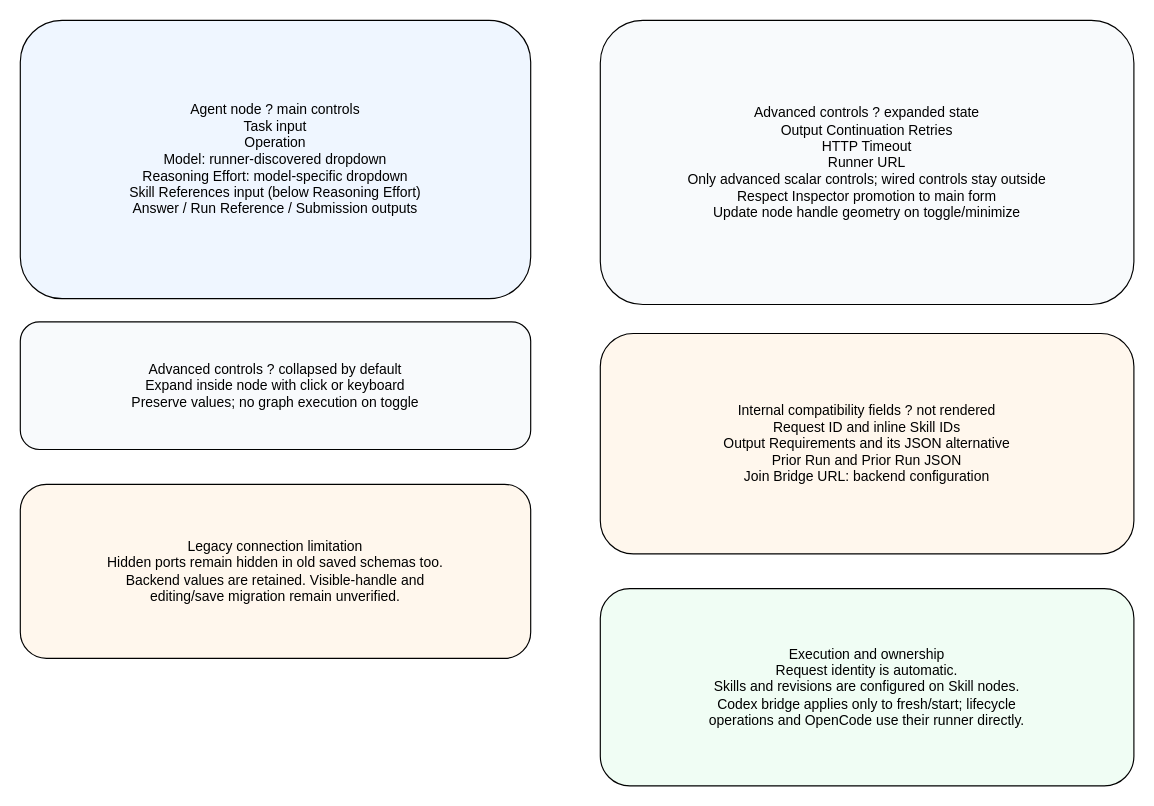
This is projects/laomedo/subsystems/agent-execution/design/agent-node-controls.drawio from amadou-6e/specs, a draw.io file, before an edit. Source tidied: cells renumbered, new cells numbered last; positions are measured from the earlier drawing's top-left corner, leaving out a move shared by most shapes. Both pictures are drawn from the tidied source at 116%, with x=0, y=0 at pixel (20, 20).
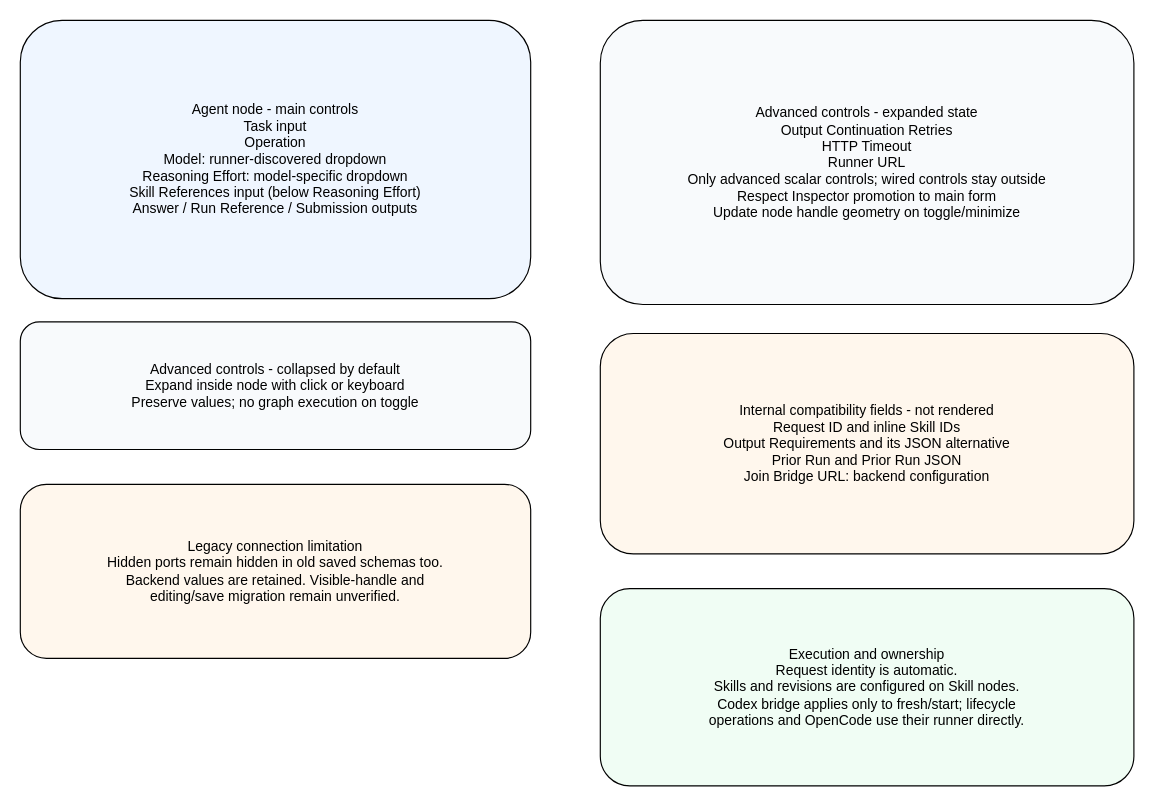
Above is the later version.

Commit message:
Normalize Agent layout diagram label punctuation

The edit, as a diff of the source:
```diff
@@
 <mxGraphModel>
   <root>
     <mxCell id="0" />
     <mxCell id="1" parent="0" />
-    <mxCell id="2" value="Agent node ? main controls&#10;Task input&#10;Operation&#10;Model: runner-discovered dropdown&#10;Reasoning Effort: model-specific dropdown&#10;Skill References input (below Reasoning Effort)&#10;Answer / Run Reference / Submission outputs" style="rounded=1;whiteSpace=wrap;html=0;fillColor=#eff6ff;" parent="1" vertex="1">
+    <mxCell id="2" value="Agent node - main controls&#10;Task input&#10;Operation&#10;Model: runner-discovered dropdown&#10;Reasoning Effort: model-specific dropdown&#10;Skill References input (below Reasoning Effort)&#10;Answer / Run Reference / Submission outputs" style="rounded=1;whiteSpace=wrap;html=0;fillColor=#eff6ff;" parent="1" vertex="1">
       <mxGeometry width="440" height="240" as="geometry" />
     </mxCell>
-    <mxCell id="3" value="Advanced controls ? collapsed by default&#10;Expand inside node with click or keyboard&#10;Preserve values; no graph execution on toggle" style="rounded=1;whiteSpace=wrap;html=0;fillColor=#f8fafc;" parent="1" vertex="1">
+    <mxCell id="3" value="Advanced controls - collapsed by default&#10;Expand inside node with click or keyboard&#10;Preserve values; no graph execution on toggle" style="rounded=1;whiteSpace=wrap;html=0;fillColor=#f8fafc;" parent="1" vertex="1">
       <mxGeometry y="260" width="440" height="110" as="geometry" />
     </mxCell>
-    <mxCell id="4" value="Advanced controls ? expanded state&#10;Output Continuation Retries&#10;HTTP Timeout&#10;Runner URL&#10;Only advanced scalar controls; wired controls stay outside&#10;Respect Inspector promotion to main form&#10;Update node handle geometry on toggle/minimize" style="rounded=1;whiteSpace=wrap;html=0;fillColor=#f8fafc;" parent="1" vertex="1">
+    <mxCell id="4" value="Advanced controls - expanded state&#10;Output Continuation Retries&#10;HTTP Timeout&#10;Runner URL&#10;Only advanced scalar controls; wired controls stay outside&#10;Respect Inspector promotion to main form&#10;Update node handle geometry on toggle/minimize" style="rounded=1;whiteSpace=wrap;html=0;fillColor=#f8fafc;" parent="1" vertex="1">
       <mxGeometry x="500" width="460" height="245" as="geometry" />
     </mxCell>
-    <mxCell id="5" value="Internal compatibility fields ? not rendered&#10;Request ID and inline Skill IDs&#10;Output Requirements and its JSON alternative&#10;Prior Run and Prior Run JSON&#10;Join Bridge URL: backend configuration" style="rounded=1;whiteSpace=wrap;html=0;fillColor=#fff7ed;" parent="1" vertex="1">
+    <mxCell id="5" value="Internal compatibility fields - not rendered&#10;Request ID and inline Skill IDs&#10;Output Requirements and its JSON alternative&#10;Prior Run and Prior Run JSON&#10;Join Bridge URL: backend configuration" style="rounded=1;whiteSpace=wrap;html=0;fillColor=#fff7ed;" parent="1" vertex="1">
       <mxGeometry x="500" y="270" width="460" height="190" as="geometry" />
     </mxCell>
     <mxCell id="6" value="Legacy connection limitation&#10;Hidden ports remain hidden in old saved schemas too.&#10;Backend values are retained. Visible-handle and&#10;editing/save migration remain unverified." style="rounded=1;whiteSpace=wrap;html=0;fillColor=#fff7ed;" parent="1" vertex="1">
       <mxGeometry y="400" width="440" height="150" as="geometry" />
     </mxCell>
     <mxCell id="7" value="Execution and ownership&#10;Request identity is automatic.&#10;Skills and revisions are configured on Skill nodes.&#10;Codex bridge applies only to fresh/start; lifecycle&#10;operations and OpenCode use their runner directly." style="rounded=1;whiteSpace=wrap;html=0;fillColor=#f0fdf4;" parent="1" vertex="1">
       <mxGeometry x="500" y="490" width="460" height="170" as="geometry" />
     </mxCell>
   </root>
 </mxGraphModel>
```
